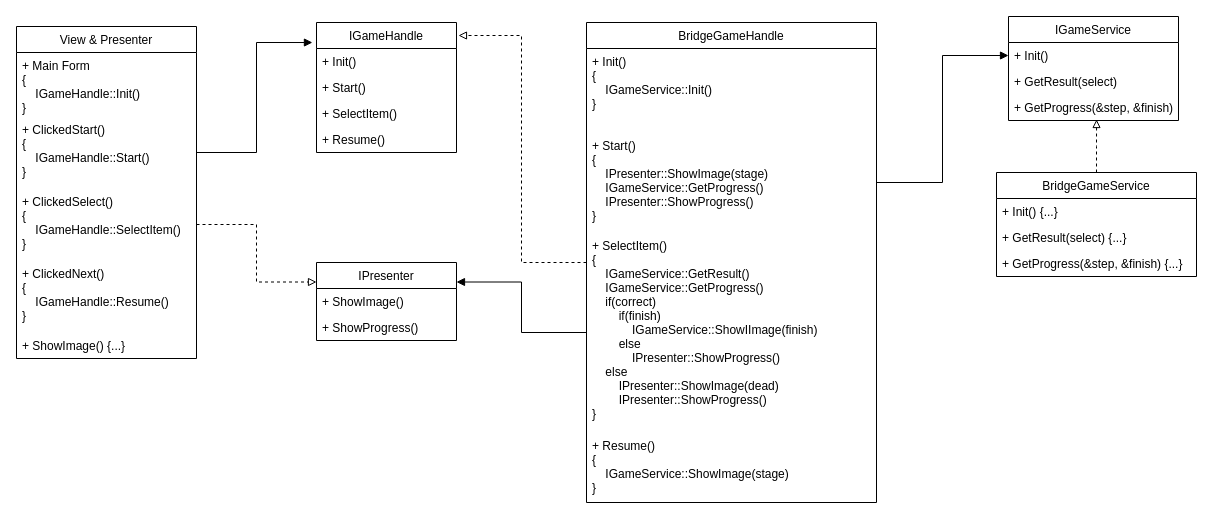
This is SquidGame Architecture.drawio from srxrrrrr/SquidGame, a draw.io file, before an edit. Source tidied: cells renumbered, new cells numbered last; positions are measured from the earlier drawing's top-left corner, leaving out a move shared by most shapes. Both pictures are drawn from the tidied source at 100%, with x=0, y=0 at pixel (16, 16).
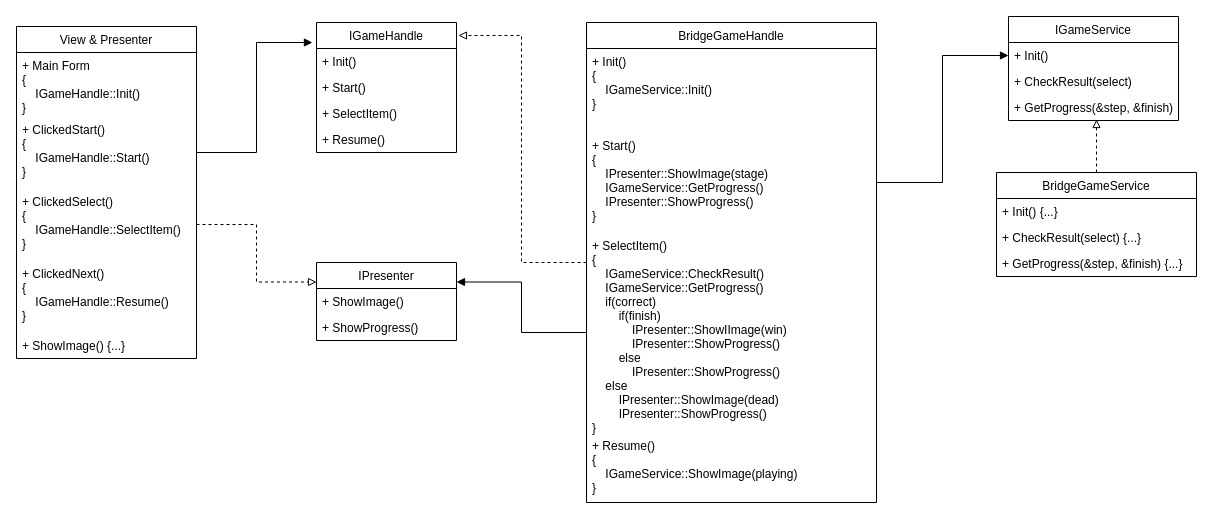
After the change.

Commit message (it also covers changes not shown here):
Optimize function name: GetResult() -> CheckResult

Unchanged cells that the change refers to:
```xml
<mxCell id="14" value="BridgeGameHandle" style="swimlane;fontStyle=0;align=center;verticalAlign=top;horizontal=1;startSize=26;" parent="1" vertex="1">
  <mxGeometry x="570" y="6" width="290" height="480" as="geometry" />
</mxCell>
<mxCell id="19" value="IGameService" style="swimlane;fontStyle=0;horizontal=1;startSize=26;fillColor=none;" parent="1" vertex="1">
  <mxGeometry x="992" width="170" height="104" as="geometry" />
</mxCell>
<mxCell id="27" value="BridgeGameService" style="swimlane;fontStyle=0;horizontal=1;startSize=26;fillColor=none;" parent="1" vertex="1">
  <mxGeometry x="980" y="156" width="200" height="104" as="geometry" />
</mxCell>
```

Change to the diagram source:
```diff
@@
-    <mxCell id="17" value="+ SelectItem()&#10;{&#10;    IGameService::GetResult()&#10;    IGameService::GetProgress()&#10;    if(correct)&#10;        if(finish)&#10;            IGameService::ShowIImage(finish)&#10;        else&#10;            IPresenter::ShowProgress()&#10;    else&#10;        IPresenter::ShowImage(dead)&#10;        IPresenter::ShowProgress()&#10;}" style="text;strokeColor=none;fillColor=none;align=left;verticalAlign=top;spacingLeft=4;spacingRight=4;overflow=hidden;points=[[0,0.5],[1,0.5]];portConstraint=eastwest;" parent="14" vertex="1">
+    <mxCell id="17" value="+ SelectItem()&#10;{&#10;    IGameService::CheckResult()&#10;    IGameService::GetProgress()&#10;    if(correct)&#10;        if(finish)&#10;            IPresenter::ShowIImage(win)&#10;            IPresenter::ShowProgress()&#10;        else&#10;            IPresenter::ShowProgress()&#10;    else&#10;        IPresenter::ShowImage(dead)&#10;        IPresenter::ShowProgress()&#10;}" style="text;strokeColor=none;fillColor=none;align=left;verticalAlign=top;spacingLeft=4;spacingRight=4;overflow=hidden;points=[[0,0.5],[1,0.5]];portConstraint=eastwest;" parent="14" vertex="1">
       <mxGeometry y="210" width="290" height="200" as="geometry" />
     </mxCell>
-    <mxCell id="18" value="+ Resume()&#10;{&#10;    IGameService::ShowImage(stage)&#10;}" style="text;strokeColor=none;fillColor=none;align=left;verticalAlign=top;spacingLeft=4;spacingRight=4;overflow=hidden;" parent="14" vertex="1">
+    <mxCell id="18" value="+ Resume()&#10;{&#10;    IGameService::ShowImage(playing)&#10;}" style="text;strokeColor=none;fillColor=none;align=left;verticalAlign=top;spacingLeft=4;spacingRight=4;overflow=hidden;" parent="14" vertex="1">
       <mxGeometry y="410" width="290" height="70" as="geometry" />
     </mxCell>
@@
-    <mxCell id="21" value="+ GetResult(select)" style="text;strokeColor=none;fillColor=none;align=left;verticalAlign=top;spacingLeft=4;spacingRight=4;overflow=hidden;" parent="19" vertex="1">
+    <mxCell id="21" value="+ CheckResult(select)" style="text;strokeColor=none;fillColor=none;align=left;verticalAlign=top;spacingLeft=4;spacingRight=4;overflow=hidden;" parent="19" vertex="1">
       <mxGeometry y="52" width="170" height="26" as="geometry" />
     </mxCell>
@@
-    <mxCell id="29" value="+ GetResult(select) {...}" style="text;strokeColor=none;fillColor=none;align=left;verticalAlign=top;spacingLeft=4;spacingRight=4;overflow=hidden;" parent="27" vertex="1">
+    <mxCell id="29" value="+ CheckResult(select) {...}" style="text;strokeColor=none;fillColor=none;align=left;verticalAlign=top;spacingLeft=4;spacingRight=4;overflow=hidden;" parent="27" vertex="1">
       <mxGeometry y="52" width="200" height="26" as="geometry" />
     </mxCell>
```
